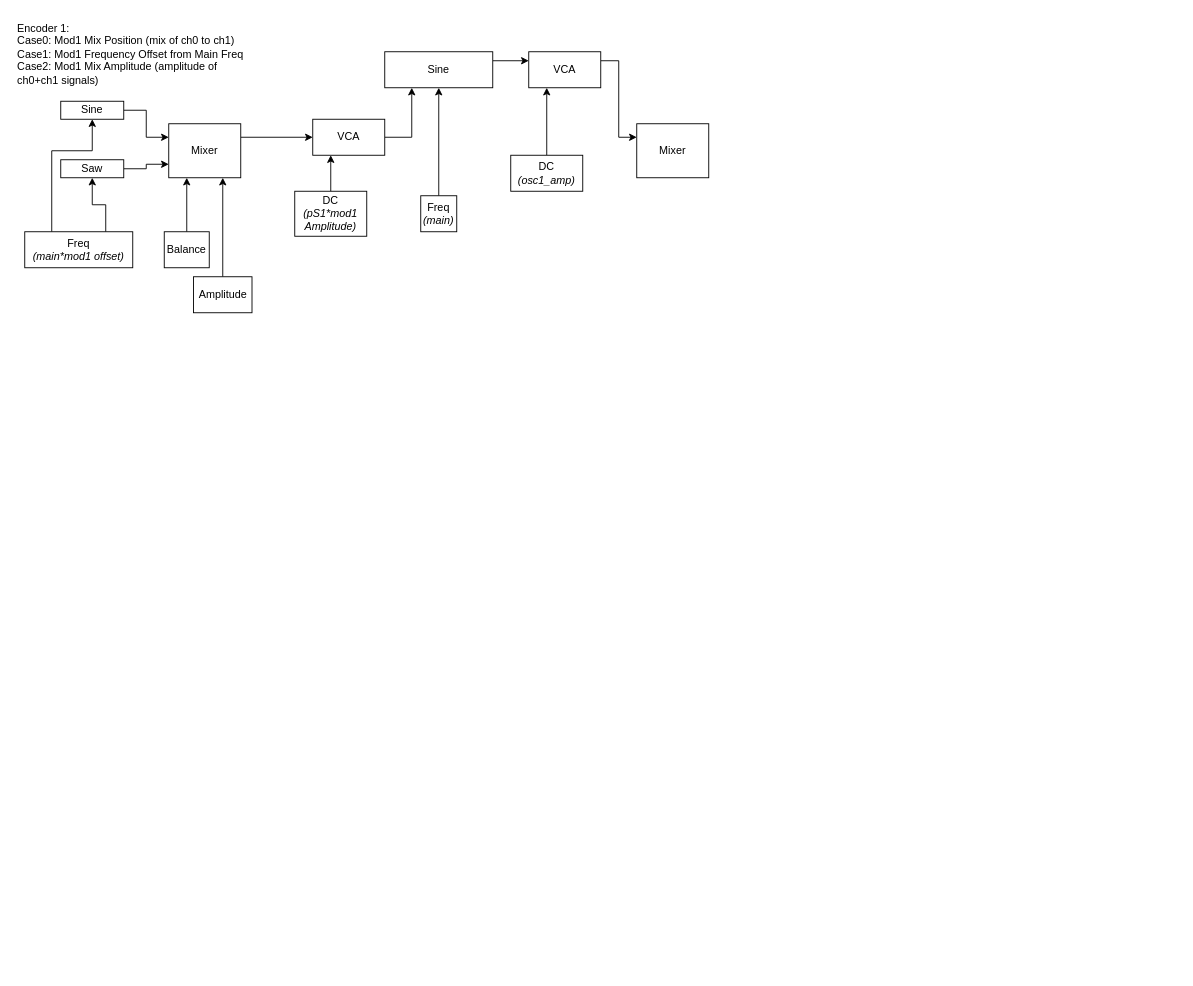
The draw.io diagram Kinesthete.drawio in kinasmith/Kinesthete, before the edit. Source tidied: cells renumbered, new cells numbered last; positions are measured from the earlier drawing's top-left corner, leaving out a move shared by most shapes. Both pictures are drawn from the tidied source at 90%, with x=0, y=0 at pixel (15, 15).
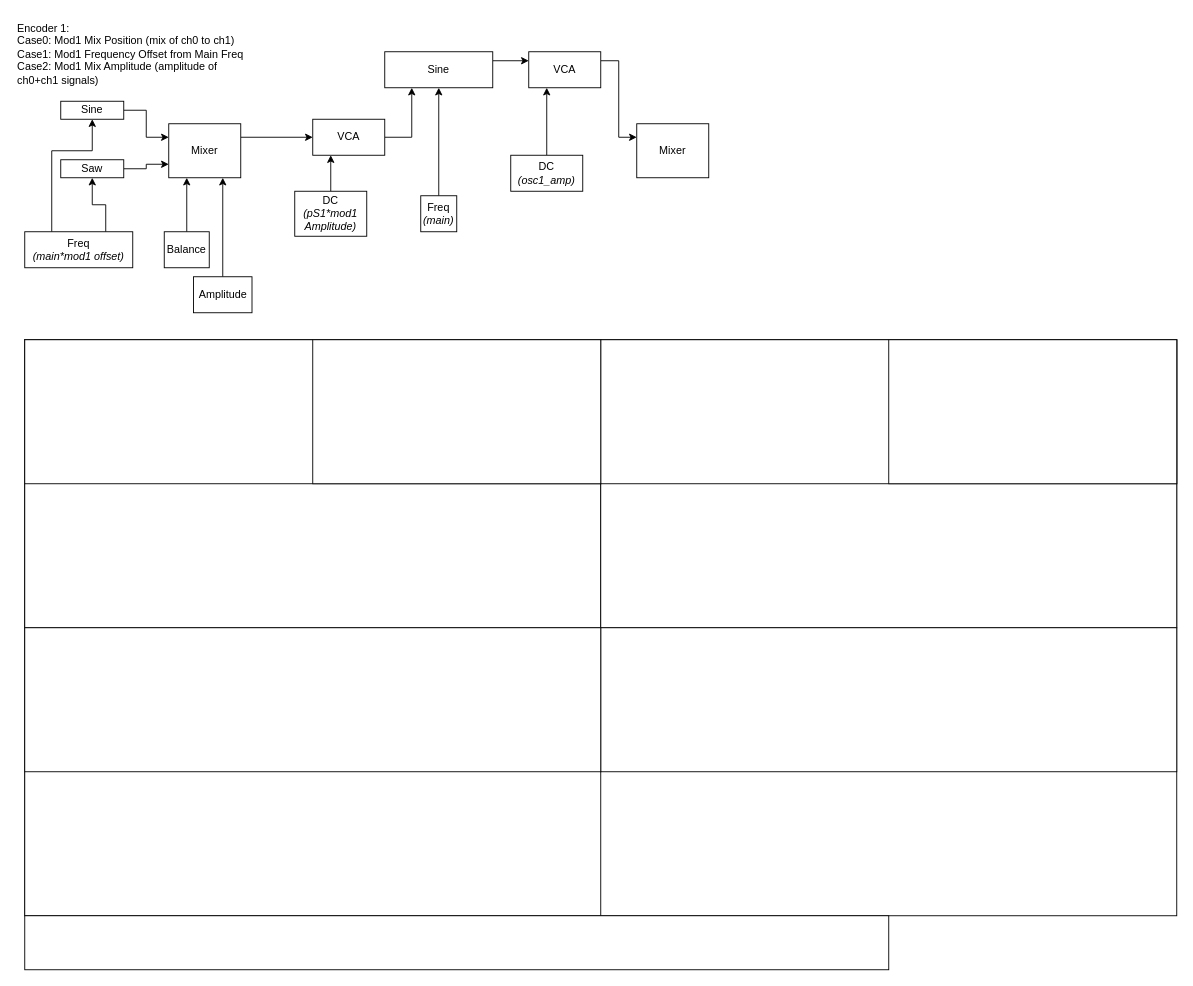
After the change.

Diff of the diagram source:
```diff
@@
+    <mxCell id="29" style="rounded=0;whiteSpace=wrap;html=1;align=left;" parent="1" vertex="1">
+      <mxGeometry x="10" y="360" width="1280" height="640" as="geometry" />
+    </mxCell>
+    <mxCell id="30" style="rounded=0;whiteSpace=wrap;html=1;align=left;" parent="1" vertex="1">
+      <mxGeometry x="10" y="360" width="640" height="640" as="geometry" />
+    </mxCell>
+    <mxCell id="31" style="rounded=0;whiteSpace=wrap;html=1;align=left;" parent="1" vertex="1">
+      <mxGeometry x="10" y="360" width="640" height="320" as="geometry" />
+    </mxCell>
+    <mxCell id="32" style="rounded=0;whiteSpace=wrap;html=1;align=left;" parent="1" vertex="1">
+      <mxGeometry x="650" y="360" width="640" height="320" as="geometry" />
+    </mxCell>
+    <mxCell id="33" style="rounded=0;whiteSpace=wrap;html=1;align=left;" parent="1" vertex="1">
+      <mxGeometry x="10" y="360" width="640" height="160" as="geometry" />
+    </mxCell>
+    <mxCell id="34" style="rounded=0;whiteSpace=wrap;html=1;align=left;" parent="1" vertex="1">
+      <mxGeometry x="650" y="360" width="640" height="160" as="geometry" />
+    </mxCell>
+    <mxCell id="35" style="rounded=0;whiteSpace=wrap;html=1;align=left;" parent="1" vertex="1">
+      <mxGeometry x="650" y="680" width="640" height="160" as="geometry" />
+    </mxCell>
+    <mxCell id="36" style="rounded=0;whiteSpace=wrap;html=1;align=left;" parent="1" vertex="1">
+      <mxGeometry x="10" y="680" width="640" height="160" as="geometry" />
+    </mxCell>
+    <mxCell id="37" style="rounded=0;whiteSpace=wrap;html=1;align=left;" parent="1" vertex="1">
+      <mxGeometry x="970" y="360" width="320" height="160" as="geometry" />
+    </mxCell>
+    <mxCell id="38" style="rounded=0;whiteSpace=wrap;html=1;align=left;" parent="1" vertex="1">
+      <mxGeometry x="330" y="360" width="320" height="160" as="geometry" />
+    </mxCell>
+    <mxCell id="39" style="rounded=0;whiteSpace=wrap;html=1;align=left;" parent="1" vertex="1">
+      <mxGeometry x="10" y="1000" width="960" height="60" as="geometry" />
+    </mxCell>
```
